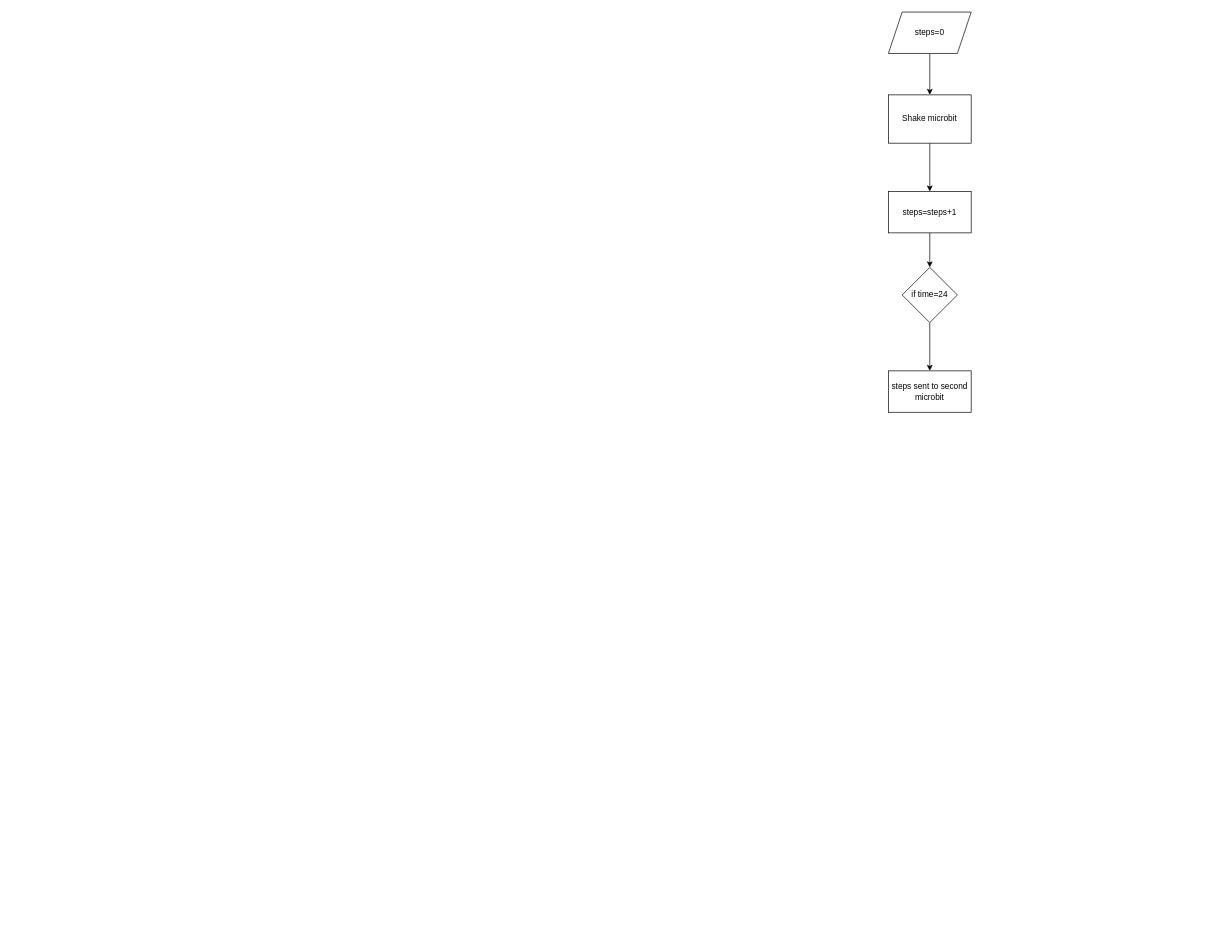
This is Untitled Diagram.drawio from davidlandy05/Project-work, a draw.io file, before an edit. Source tidied: cells renumbered, new cells numbered last; positions are measured from the earlier drawing's top-left corner, leaving out a move shared by most shapes. Both pictures are drawn from the tidied source at 69%, with x=0, y=0 at pixel (888, 12).
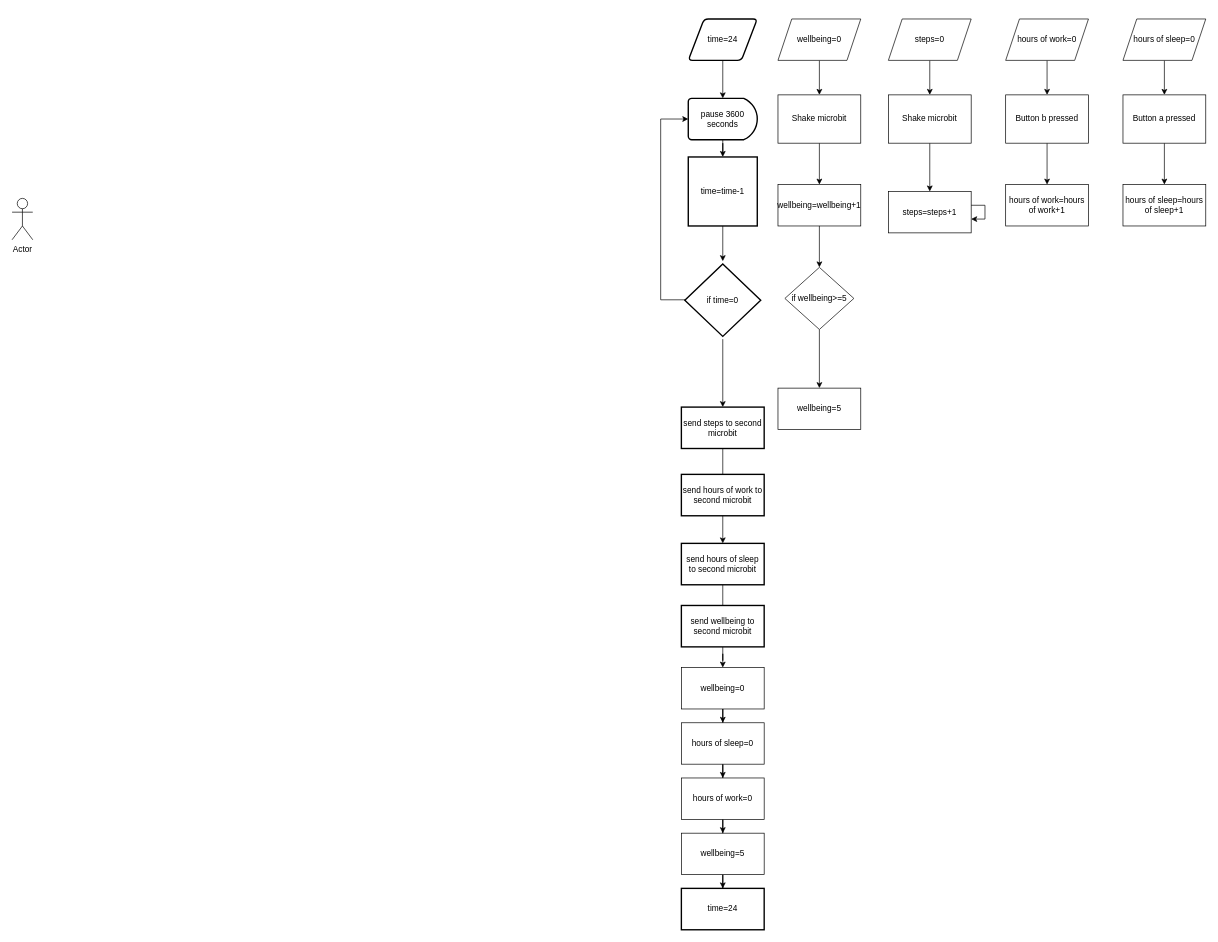
The same page after the edit.

The change refers to these unchanged cells:
```xml
<mxCell id="5" value="steps=steps+1" style="rounded=0;whiteSpace=wrap;html=1;" parent="1" vertex="1">
  <mxGeometry y="260" width="120" height="60" as="geometry" />
</mxCell>
```

The edit, as a diff of the source:
```diff
@@
-    <mxCell id="4" style="edgeStyle=orthogonalEdgeStyle;rounded=0;jettySize=auto;html=1;" parent="1" edge="1" source="5" target="9">
-      <mxGeometry relative="1" as="geometry" />
-    </mxCell>
@@
     <mxCell id="7" value="steps=0" style="shape=parallelogram;perimeter=parallelogramPerimeter;whiteSpace=wrap;html=1;fixedSize=1;" parent="1" vertex="1">
-      <mxGeometry width="120" height="60" as="geometry" />
+      <mxGeometry y="10" width="120" height="60" as="geometry" />
     </mxCell>
-    <mxCell id="8" style="edgeStyle=orthogonalEdgeStyle;rounded=0;jettySize=auto;html=1;" parent="1" edge="1" source="9" target="10">
-      <mxGeometry relative="1" as="geometry" />
-    </mxCell>
-    <mxCell id="9" value="if time=24" style="rhombus;whiteSpace=wrap;html=1;" parent="1" vertex="1">
-      <mxGeometry x="20" y="370" width="80" height="80" as="geometry" />
-    </mxCell>
-    <mxCell id="10" value="steps sent to second microbit" style="rounded=0;whiteSpace=wrap;html=1;" parent="1" vertex="1">
-      <mxGeometry y="520" width="120" height="60" as="geometry" />
-    </mxCell>
+    <mxCell id="11" style="edgeStyle=orthogonalEdgeStyle;rounded=0;jettySize=auto;html=1;" parent="1" edge="1" source="12" target="14">
+      <mxGeometry relative="1" as="geometry" />
+    </mxCell>
+    <mxCell id="12" value="hours of work=0" style="shape=parallelogram;perimeter=parallelogramPerimeter;whiteSpace=wrap;html=1;fixedSize=1;" parent="1" vertex="1">
+      <mxGeometry x="170" y="10" width="120" height="60" as="geometry" />
+    </mxCell>
+    <mxCell id="13" style="edgeStyle=orthogonalEdgeStyle;rounded=0;jettySize=auto;html=1;" parent="1" edge="1" source="14" target="15">
+      <mxGeometry relative="1" as="geometry" />
+    </mxCell>
+    <mxCell id="14" value="Button b pressed" style="rounded=0;whiteSpace=wrap;html=1;" parent="1" vertex="1">
+      <mxGeometry x="170" y="120" width="120" height="70" as="geometry" />
+    </mxCell>
+    <mxCell id="15" value="hours of work=hours of work+1" style="rounded=0;whiteSpace=wrap;html=1;" parent="1" vertex="1">
+      <mxGeometry x="170" y="250" width="120" height="60" as="geometry" />
+    </mxCell>
+    <mxCell id="16" style="edgeStyle=orthogonalEdgeStyle;rounded=0;jettySize=auto;html=1;" parent="1" edge="1" source="17" target="19">
+      <mxGeometry relative="1" as="geometry" />
+    </mxCell>
+    <mxCell id="17" value="hours of sleep=0" style="shape=parallelogram;perimeter=parallelogramPerimeter;whiteSpace=wrap;html=1;fixedSize=1;" parent="1" vertex="1">
+      <mxGeometry x="340" y="10" width="120" height="60" as="geometry" />
+    </mxCell>
+    <mxCell id="18" style="edgeStyle=orthogonalEdgeStyle;rounded=0;jettySize=auto;html=1;" parent="1" edge="1" source="19" target="20">
+      <mxGeometry relative="1" as="geometry" />
+    </mxCell>
+    <mxCell id="19" value="Button a pressed" style="rounded=0;whiteSpace=wrap;html=1;" parent="1" vertex="1">
+      <mxGeometry x="340" y="120" width="120" height="70" as="geometry" />
+    </mxCell>
+    <mxCell id="20" value="hours of sleep=hours of sleep+1" style="rounded=0;whiteSpace=wrap;html=1;" parent="1" vertex="1">
+      <mxGeometry x="340" y="250" width="120" height="60" as="geometry" />
+    </mxCell>
+    <mxCell id="21" style="edgeStyle=orthogonalEdgeStyle;rounded=0;jettySize=auto;html=1;" parent="1" edge="1" source="22" target="24">
+      <mxGeometry relative="1" as="geometry" />
+    </mxCell>
+    <mxCell id="22" value="wellbeing=0" style="shape=parallelogram;perimeter=parallelogramPerimeter;whiteSpace=wrap;html=1;fixedSize=1;" parent="1" vertex="1">
+      <mxGeometry x="-160" y="10" width="120" height="60" as="geometry" />
+    </mxCell>
+    <mxCell id="23" style="edgeStyle=orthogonalEdgeStyle;rounded=0;jettySize=auto;html=1;" parent="1" edge="1" source="24" target="25">
+      <mxGeometry relative="1" as="geometry" />
+    </mxCell>
+    <mxCell id="24" value="Shake microbit" style="rounded=0;whiteSpace=wrap;html=1;" parent="1" vertex="1">
+      <mxGeometry x="-160" y="120" width="120" height="70" as="geometry" />
+    </mxCell>
+    <mxCell id="25" value="wellbeing=wellbeing+1" style="rounded=0;whiteSpace=wrap;html=1;" parent="1" vertex="1">
+      <mxGeometry x="-160" y="250" width="120" height="60" as="geometry" />
+    </mxCell>
+    <mxCell id="26" style="edgeStyle=orthogonalEdgeStyle;rounded=0;jettySize=auto;html=1;" parent="1" edge="1" source="25" target="28">
+      <mxGeometry relative="1" as="geometry" />
+    </mxCell>
+    <mxCell id="27" style="edgeStyle=orthogonalEdgeStyle;rounded=0;jettySize=auto;html=1;" parent="1" edge="1" source="28" target="29">
+      <mxGeometry relative="1" as="geometry" />
+    </mxCell>
+    <mxCell id="28" value="if wellbeing&amp;gt;=5" style="rhombus;whiteSpace=wrap;html=1;" parent="1" vertex="1">
+      <mxGeometry x="-150" y="370" width="100" height="90" as="geometry" />
+    </mxCell>
+    <mxCell id="29" value="wellbeing=5" style="whiteSpace=wrap;html=1;" parent="1" vertex="1">
+      <mxGeometry x="-160" y="545" width="120" height="60" as="geometry" />
+    </mxCell>
+    <mxCell id="30" value="Actor" style="shape=umlActor;verticalLabelPosition=bottom;verticalAlign=top;html=1;" parent="1" vertex="1">
+      <mxGeometry x="-1270" y="270" width="30" height="60" as="geometry" />
+    </mxCell>
+    <mxCell id="31" style="edgeStyle=orthogonalEdgeStyle;rounded=0;jettySize=auto;html=1;" parent="1" edge="1" source="32" target="34">
+      <mxGeometry relative="1" as="geometry" />
+    </mxCell>
+    <mxCell id="32" value="pause 3600 seconds" style="strokeWidth=2;html=1;shape=mxgraph.flowchart.delay;whiteSpace=wrap;" parent="1" vertex="1">
+      <mxGeometry x="-290" y="125" width="100" height="60" as="geometry" />
+    </mxCell>
+    <mxCell id="33" style="edgeStyle=orthogonalEdgeStyle;rounded=0;jettySize=auto;html=1;" parent="1" edge="1" source="34" target="38">
+      <mxGeometry relative="1" as="geometry" />
+    </mxCell>
+    <mxCell id="34" value="time=time-1" style="rounded=0;whiteSpace=wrap;html=1;absoluteArcSize=1;arcSize=14;strokeWidth=2;" parent="1" vertex="1">
+      <mxGeometry x="-290" y="210" width="100" height="100" as="geometry" />
+    </mxCell>
+    <mxCell id="35" style="edgeStyle=orthogonalEdgeStyle;rounded=0;jettySize=auto;html=1;" parent="1" edge="1" source="36" target="32">
+      <mxGeometry relative="1" as="geometry" />
+    </mxCell>
+    <mxCell id="36" value="time=24" style="shape=parallelogram;html=1;strokeWidth=2;perimeter=parallelogramPerimeter;whiteSpace=wrap;rounded=1;arcSize=12;size=0.23;" parent="1" vertex="1">
+      <mxGeometry x="-290" y="10" width="100" height="60" as="geometry" />
+    </mxCell>
+    <mxCell id="37" style="edgeStyle=orthogonalEdgeStyle;rounded=0;jettySize=auto;html=1;" parent="1" edge="1" source="38" target="40">
+      <mxGeometry relative="1" as="geometry" />
+    </mxCell>
+    <mxCell id="38" value="if time=0" style="strokeWidth=2;html=1;shape=mxgraph.flowchart.decision;whiteSpace=wrap;perimeterSpacing=4;" parent="1" vertex="1">
+      <mxGeometry x="-295" y="365" width="110" height="105" as="geometry" />
+    </mxCell>
+    <mxCell id="39" style="edgeStyle=orthogonalEdgeStyle;rounded=0;jettySize=auto;html=1;" parent="1" edge="1" source="40" target="44">
+      <mxGeometry relative="1" as="geometry" />
+    </mxCell>
+    <mxCell id="40" value="send steps to second microbit" style="whiteSpace=wrap;html=1;strokeWidth=2;" parent="1" vertex="1">
+      <mxGeometry x="-300" y="572.5" width="120" height="60" as="geometry" />
+    </mxCell>
+    <mxCell id="41" style="edgeStyle=orthogonalEdgeStyle;rounded=0;jettySize=auto;html=1;entryX=0;entryY=0.5;entryDx=0;entryDy=0;entryPerimeter=0;" parent="1" edge="1" target="32">
+      <mxGeometry relative="1" as="geometry">
+        <mxPoint x="-295" y="416" as="sourcePoint" />
+        <Array as="points">
+          <mxPoint x="-295" y="417" />
+          <mxPoint x="-330" y="417" />
+          <mxPoint x="-330" y="155" />
+        </Array>
+      </mxGeometry>
+    </mxCell>
+    <mxCell id="42" value="send hours of work to second microbit" style="whiteSpace=wrap;html=1;strokeWidth=2;" parent="1" vertex="1">
+      <mxGeometry x="-300" y="670" width="120" height="60" as="geometry" />
+    </mxCell>
+    <mxCell id="43" style="edgeStyle=orthogonalEdgeStyle;rounded=0;jettySize=auto;html=1;" parent="1" edge="1" source="44">
+      <mxGeometry relative="1" as="geometry">
+        <mxPoint x="-240" y="910" as="targetPoint" />
+      </mxGeometry>
+    </mxCell>
+    <mxCell id="44" value="send hours of sleep to second microbit" style="whiteSpace=wrap;html=1;strokeWidth=2;" parent="1" vertex="1">
+      <mxGeometry x="-300" y="770" width="120" height="60" as="geometry" />
+    </mxCell>
+    <mxCell id="45" style="edgeStyle=orthogonalEdgeStyle;rounded=0;jettySize=auto;html=1;" parent="1" edge="1" source="46" target="54">
+      <mxGeometry relative="1" as="geometry" />
+    </mxCell>
+    <mxCell id="46" value="send wellbeing to second microbit" style="whiteSpace=wrap;html=1;strokeWidth=2;" parent="1" vertex="1">
+      <mxGeometry x="-300" y="860" width="120" height="60" as="geometry" />
+    </mxCell>
+    <mxCell id="47" style="edgeStyle=orthogonalEdgeStyle;rounded=0;jettySize=auto;html=1;" parent="1" edge="1" source="48" target="55">
+      <mxGeometry relative="1" as="geometry" />
+    </mxCell>
+    <mxCell id="48" value="wellbeing=5" style="whiteSpace=wrap;html=1;" parent="1" vertex="1">
+      <mxGeometry x="-300" y="1190" width="120" height="60" as="geometry" />
+    </mxCell>
+    <mxCell id="49" style="edgeStyle=orthogonalEdgeStyle;rounded=0;jettySize=auto;html=1;" parent="1" edge="1" source="50" target="48">
+      <mxGeometry relative="1" as="geometry" />
+    </mxCell>
+    <mxCell id="50" value="hours of work=0" style="whiteSpace=wrap;html=1;" parent="1" vertex="1">
+      <mxGeometry x="-300" y="1110" width="120" height="60" as="geometry" />
+    </mxCell>
+    <mxCell id="51" style="edgeStyle=orthogonalEdgeStyle;rounded=0;jettySize=auto;html=1;" parent="1" edge="1" source="52" target="50">
+      <mxGeometry relative="1" as="geometry" />
+    </mxCell>
+    <mxCell id="52" value="hours of sleep=0" style="whiteSpace=wrap;html=1;" parent="1" vertex="1">
+      <mxGeometry x="-300" y="1030" width="120" height="60" as="geometry" />
+    </mxCell>
+    <mxCell id="53" style="edgeStyle=orthogonalEdgeStyle;rounded=0;jettySize=auto;html=1;" parent="1" edge="1" source="54" target="52">
+      <mxGeometry relative="1" as="geometry" />
+    </mxCell>
+    <mxCell id="54" value="wellbeing=0" style="whiteSpace=wrap;html=1;" parent="1" vertex="1">
+      <mxGeometry x="-300" y="950" width="120" height="60" as="geometry" />
+    </mxCell>
+    <mxCell id="55" value="time=24" style="rounded=0;whiteSpace=wrap;html=1;absoluteArcSize=1;arcSize=14;strokeWidth=2;glass=0;" parent="1" vertex="1">
+      <mxGeometry x="-300" y="1270" width="120" height="60" as="geometry" />
+    </mxCell>
+    <mxCell id="56" style="edgeStyle=orthogonalEdgeStyle;rounded=0;orthogonalLoop=1;jettySize=auto;html=1;" parent="1" edge="1" source="5" target="5">
+      <mxGeometry relative="1" as="geometry" />
+    </mxCell>
```
